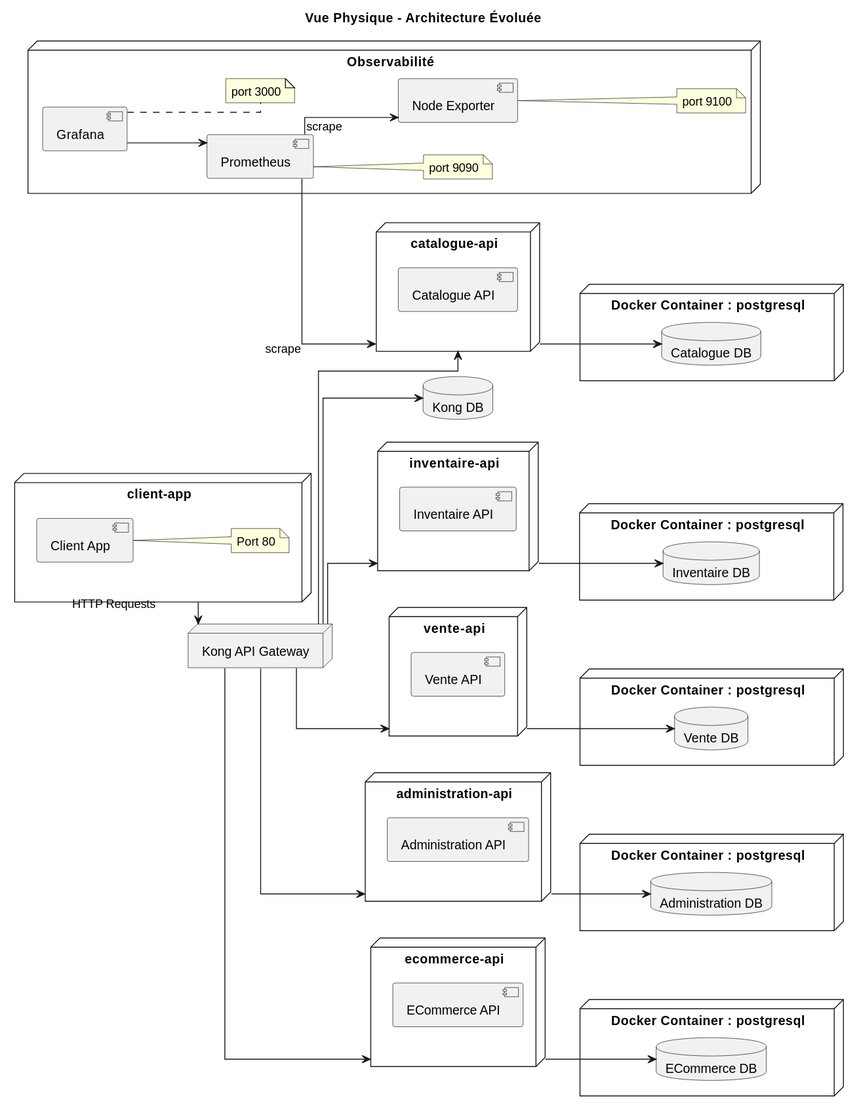
Above: out/docs/UML/Deploiement/VuePhysique/title  Vue Physique - Microservices.svg in itsahmed98/log430-lab6 (PlantUML), before the change.
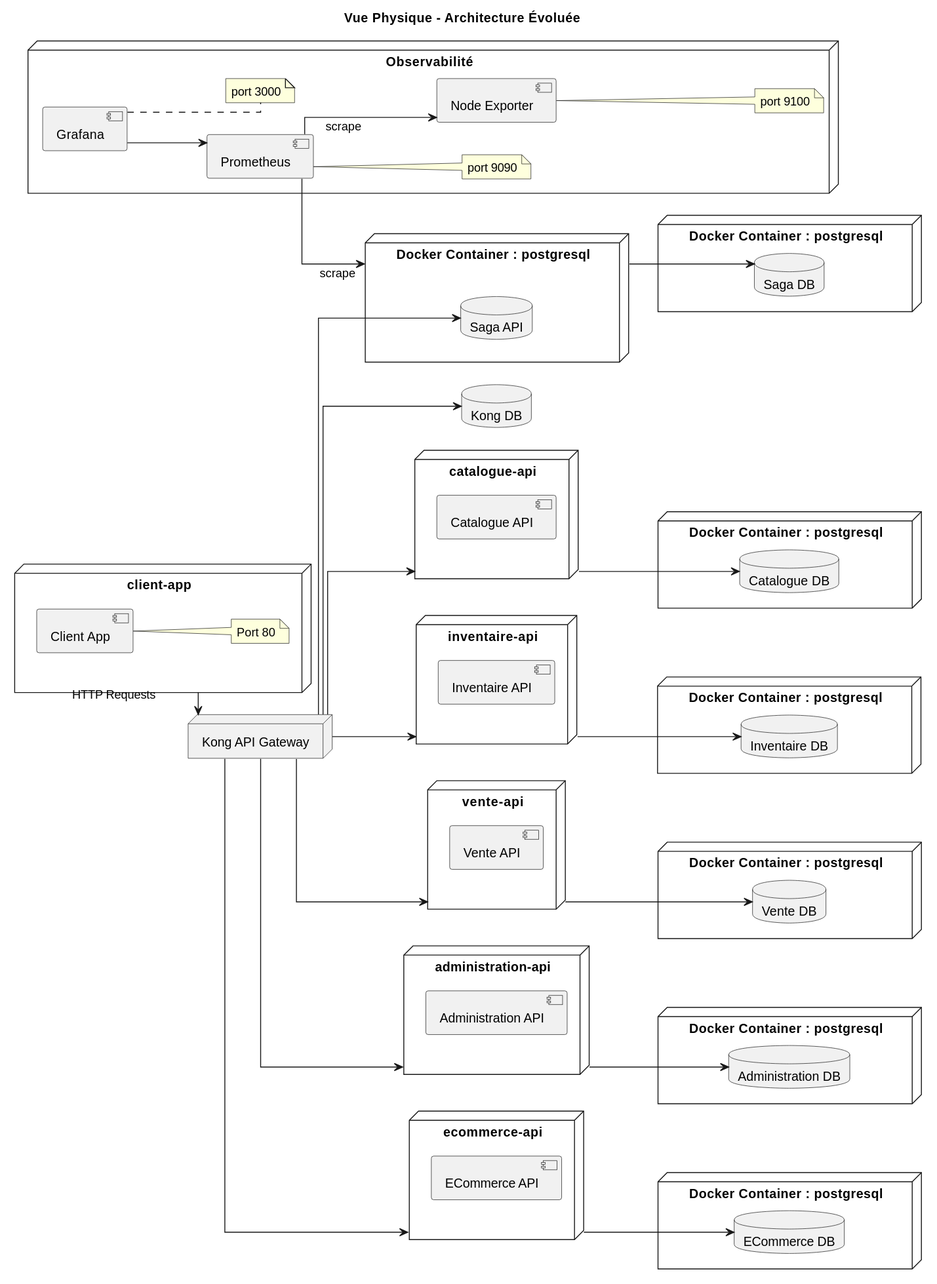
The same file after the commit.

The edit, as a diff of the source:
```diff
@@ -35,6 +35,9 @@
   component "ECommerce API" as ecommerceApi
 }
 
+node "Docker Container : postgresql" as sagaService {
+    database "Saga API" as sagaApi
+}
 
 node "Docker Container : postgresql" as ecommerce-service-db {
     database "ECommerce DB" as ecommerceDb
@@ -54,6 +57,10 @@
 
 node "Docker Container : postgresql" as catalogue-service-db {
     database "Catalogue DB" as catalogueDb
+}
+
+node "Docker Container : postgresql" as saga-service-db {
+    database "Saga DB" as sagaDb
 }
 
 node "Observabilité" {
@@ -78,6 +85,7 @@
 kong --> venteMcService
 kong --> administrationMcService
 kong --> ecommerceMcService
+kong --> sagaApi
 
 
 clientApp --> kong : HTTP Requests
@@ -87,8 +95,9 @@
 venteMcService --> venteDb
 administrationMcService --> administrationDb
 ecommerceMcService --> ecommerceDb
+sagaService --> sagaDb
 
-Prometheus --> catalogueMcService : scrape
+Prometheus --> sagaService : scrape
 Prometheus --> nodeExporter : scrape
 Grafana --> Prometheus
 
```
